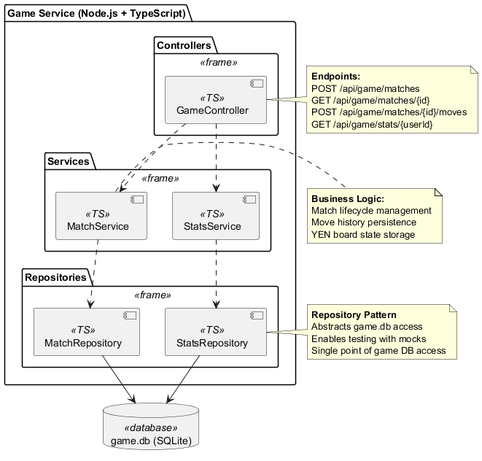
The PlantUML diagram images/level2-gameservice.png in Arquisoft/yovi_es1c, before a commit.
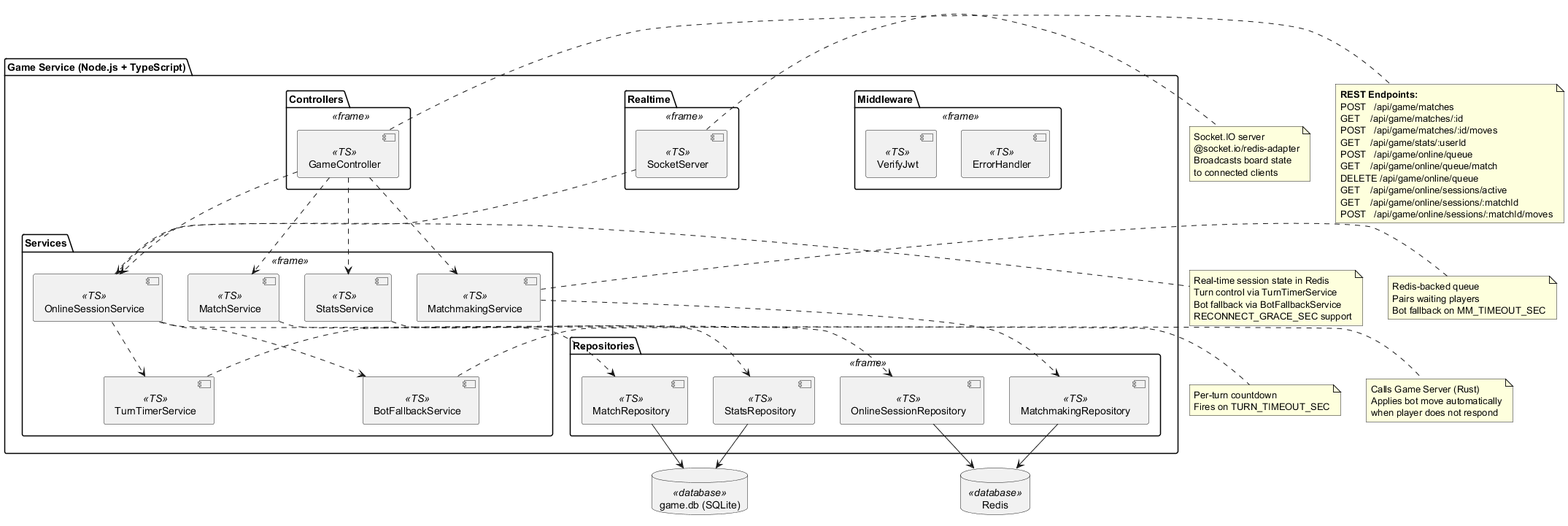
Later version of the same file.

The edit, as a diff of the source:
```diff
@@ -8,43 +8,95 @@
   package "Services" <<frame>> {
     component [MatchService] <<TS>>
     component [StatsService] <<TS>>
+    component [MatchmakingService] <<TS>>
+    component [OnlineSessionService] <<TS>>
+    component [TurnTimerService] <<TS>>
+    component [BotFallbackService] <<TS>>
   }
 
   package "Repositories" <<frame>> {
     component [MatchRepository] <<TS>>
     component [StatsRepository] <<TS>>
+    component [MatchmakingRepository] <<TS>>
+    component [OnlineSessionRepository] <<TS>>
+  }
+
+  package "Realtime" <<frame>> {
+    component [SocketServer] <<TS>>
+  }
+
+  package "Middleware" <<frame>> {
+    component [VerifyJwt] <<TS>>
+    component [ErrorHandler] <<TS>>
   }
 }
 
 database "game.db (SQLite)" as gamedb <<database>>
+database "Redis" as redis <<database>>
 
 [GameController] ..> [MatchService]
 [GameController] ..> [StatsService]
+[GameController] ..> [MatchmakingService]
+[GameController] ..> [OnlineSessionService]
+
+[OnlineSessionService] ..> [TurnTimerService]
+[OnlineSessionService] ..> [BotFallbackService]
+
 [MatchService] ..> [MatchRepository]
 [StatsService] ..> [StatsRepository]
+[MatchmakingService] ..> [MatchmakingRepository]
+[OnlineSessionService] ..> [OnlineSessionRepository]
+
 [MatchRepository] --> gamedb
 [StatsRepository] --> gamedb
+[MatchmakingRepository] --> redis
+[OnlineSessionRepository] --> redis
+
+[SocketServer] ..> [OnlineSessionService]
 
 note right of [GameController]
-  **Endpoints:**
-  POST /api/game/matches
-  GET /api/game/matches/{id}
-  POST /api/game/matches/{id}/moves
-  GET /api/game/stats/{userId}
+  **REST Endpoints:**
+  POST   /api/game/matches
+  GET    /api/game/matches/:id
+  POST   /api/game/matches/:id/moves
+  GET    /api/game/stats/:userId
+  POST   /api/game/online/queue
+  GET    /api/game/online/queue/match
+  DELETE /api/game/online/queue
+  GET    /api/game/online/sessions/active
+  GET    /api/game/online/sessions/:matchId
+  POST   /api/game/online/sessions/:matchId/moves
 end note
 
-note right of [MatchService]
-  **Business Logic:**
-  Match lifecycle management
-  Move history persistence
-  YEN board state storage
+note right of [MatchmakingService]
+  Redis-backed queue
+  Pairs waiting players
+  Bot fallback on MM_TIMEOUT_SEC
 end note
 
-note right of [StatsRepository]
-  **Repository Pattern**
-  Abstracts game.db access
-  Enables testing with mocks
-  Single point of game DB access
+note right of [OnlineSessionService]
+  Real-time session state in Redis
+  Turn control via TurnTimerService
+  Bot fallback via BotFallbackService
+  RECONNECT_GRACE_SEC support
+end note
+
+note right of [SocketServer]
+  Socket.IO server
+  @socket.io/redis-adapter
+  Broadcasts board state
+  to connected clients
+end note
+
+note right of [TurnTimerService]
+  Per-turn countdown
+  Fires on TURN_TIMEOUT_SEC
+end note
+
+note right of [BotFallbackService]
+  Calls Game Server (Rust)
+  Applies bot move automatically
+  when player does not respond
 end note
 
 @enduml
```
